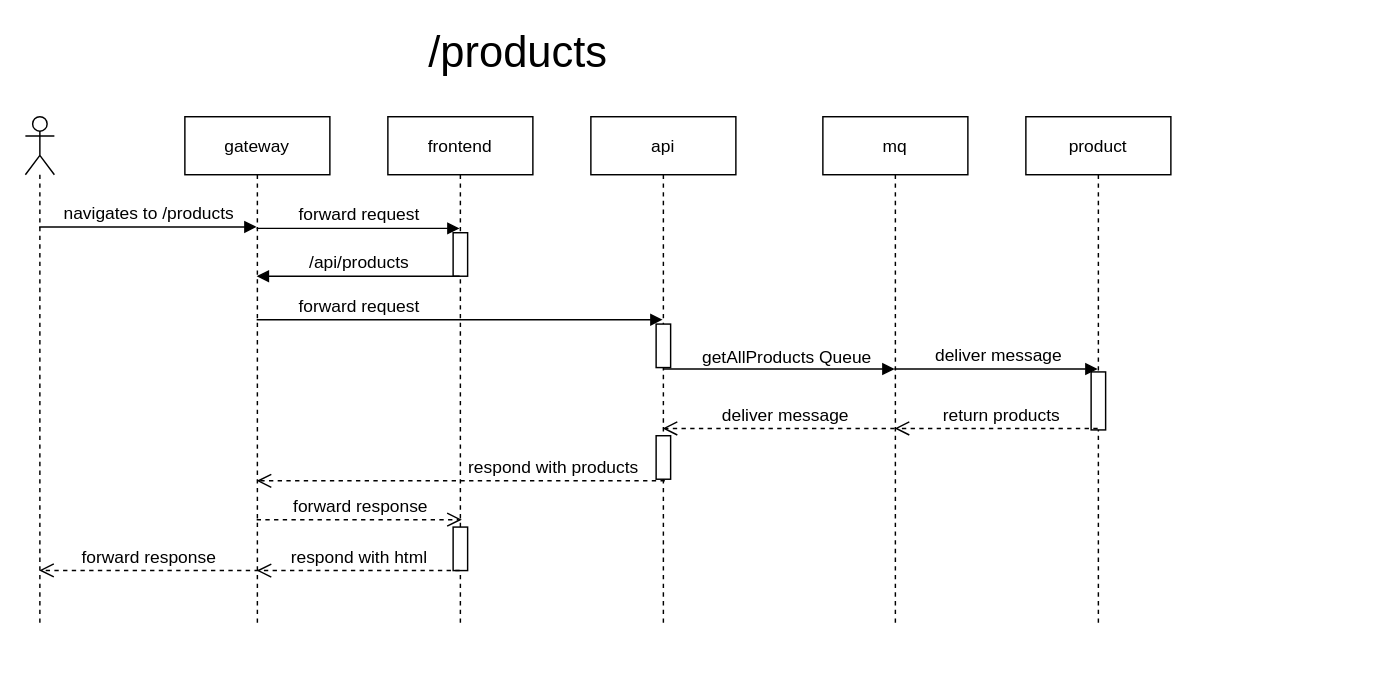
htw-kbe-jneidel/planning keeps this draw.io diagram as Sequence.drawio. Above is the earlier version. Source tidied: cells renumbered, new cells numbered last; positions are measured from the earlier drawing's top-left corner, leaving out a move shared by most shapes. Both pictures are drawn from the tidied source at 145%, with x=0, y=0 at pixel (25, 29).
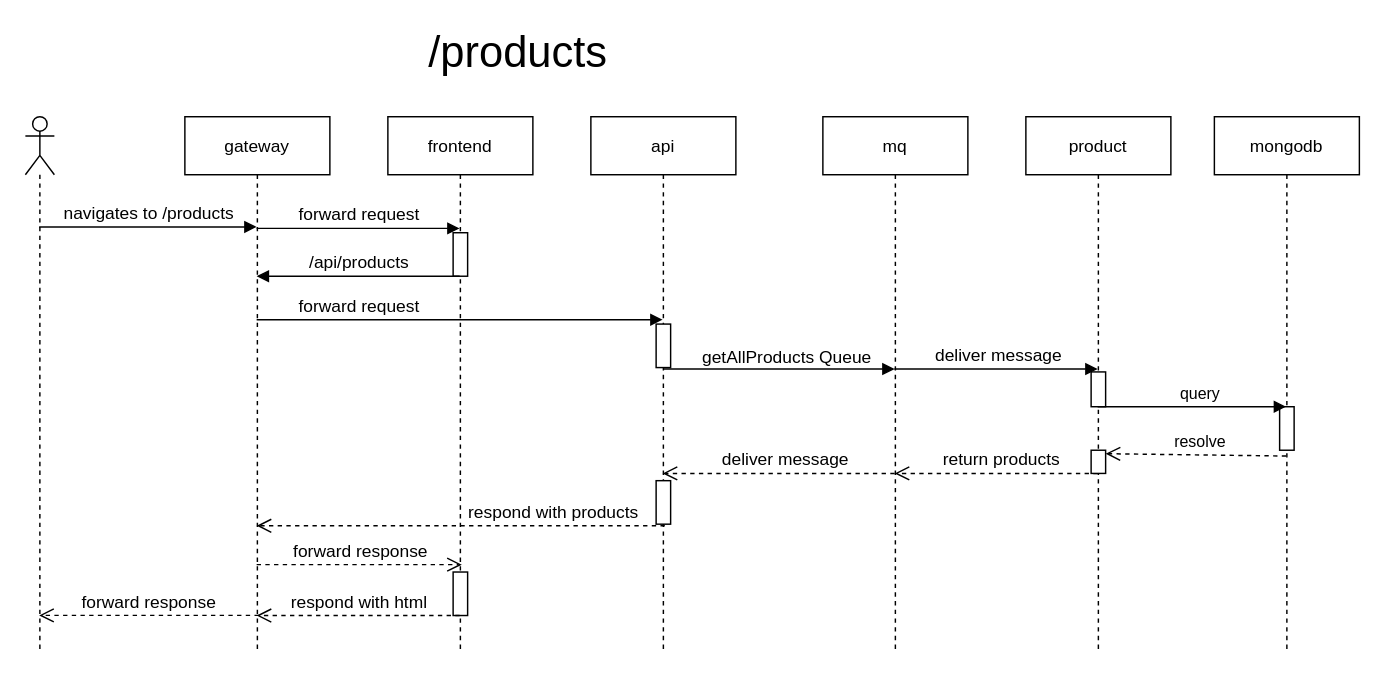
The same page after the edit.

Commit message:
Add missing db in sequence diagram

The edit, as a diff of the source:
```diff
@@
+    <mxCell id="20" value="return products" style="html=1;verticalAlign=bottom;endArrow=open;dashed=1;endSize=8;rounded=0;fontSize=12;" parent="1" edge="1">
+      <mxGeometry x="-0.05" relative="1" as="geometry">
+        <mxPoint x="739.5" y="306" as="sourcePoint" />
+        <mxPoint x="599.5" y="306" as="targetPoint" />
+      </mxGeometry>
+    </mxCell>
     <mxCell id="2" value="gateway" style="shape=umlLifeline;perimeter=lifelinePerimeter;rounded=0;shadow=0;strokeWidth=1;" parent="1" vertex="1">
-      <mxGeometry x="110" y="60" width="100" height="350" as="geometry" />
+      <mxGeometry x="110" y="60" width="100" height="370" as="geometry" />
     </mxCell>
     <mxCell id="3" style="shape=umlLifeline;participant=umlActor;perimeter=lifelinePerimeter;whiteSpace=wrap;html=1;verticalAlign=top;spacingTop=36;" parent="1" vertex="1">
-      <mxGeometry y="60" width="20" height="350" as="geometry" />
+      <mxGeometry y="60" width="20" height="370" as="geometry" />
     </mxCell>
@@
     <mxCell id="5" value="frontend" style="shape=umlLifeline;perimeter=lifelinePerimeter;rounded=0;shadow=0;strokeWidth=1;" parent="1" vertex="1">
-      <mxGeometry x="250" y="60" width="100" height="350" as="geometry" />
+      <mxGeometry x="250" y="60" width="100" height="370" as="geometry" />
     </mxCell>
     <mxCell id="6" style="html=1;perimeter=orthogonalPerimeter;fontSize=12;" parent="5" vertex="1">
-      <mxGeometry x="45" y="283" width="10" height="30" as="geometry" />
+      <mxGeometry x="45" y="314" width="10" height="30" as="geometry" />
     </mxCell>
@@
     <mxCell id="10" value="api" style="shape=umlLifeline;perimeter=lifelinePerimeter;rounded=0;shadow=0;strokeWidth=1;" parent="1" vertex="1">
-      <mxGeometry x="390" y="60" width="100" height="350" as="geometry" />
+      <mxGeometry x="390" y="60" width="100" height="370" as="geometry" />
     </mxCell>
@@
     <mxCell id="12" style="html=1;perimeter=orthogonalPerimeter;fontSize=30;" parent="10" vertex="1">
-      <mxGeometry x="45" y="220" width="10" height="30" as="geometry" />
+      <mxGeometry x="45" y="251" width="10" height="30" as="geometry" />
     </mxCell>
@@
     <mxCell id="15" value="mq" style="shape=umlLifeline;perimeter=lifelinePerimeter;rounded=0;shadow=0;strokeWidth=1;" parent="1" vertex="1">
-      <mxGeometry x="550" y="60" width="100" height="350" as="geometry" />
+      <mxGeometry x="550" y="60" width="100" height="370" as="geometry" />
     </mxCell>
@@
     <mxCell id="17" value="product" style="shape=umlLifeline;perimeter=lifelinePerimeter;rounded=0;shadow=0;strokeWidth=1;" parent="1" vertex="1">
-      <mxGeometry x="690" y="60" width="100" height="350" as="geometry" />
+      <mxGeometry x="690" y="60" width="100" height="370" as="geometry" />
     </mxCell>
     <mxCell id="18" style="html=1;perimeter=orthogonalPerimeter;fontSize=12;" parent="17" vertex="1">
-      <mxGeometry x="45" y="176" width="10" height="40" as="geometry" />
+      <mxGeometry x="45" y="176" width="10" height="24" as="geometry" />
     </mxCell>
+    <mxCell id="26" style="html=1;points=[];perimeter=orthogonalPerimeter;fontSize=12;" parent="17" vertex="1">
+      <mxGeometry x="45" y="230" width="10" height="16" as="geometry" />
+    </mxCell>
@@
-    <mxCell id="20" value="return products" style="html=1;verticalAlign=bottom;endArrow=open;dashed=1;endSize=8;rounded=0;fontSize=12;" parent="1" edge="1">
-      <mxGeometry x="-0.05" relative="1" as="geometry">
-        <mxPoint x="739.5" y="275" as="sourcePoint" />
-        <mxPoint x="599.5" y="275" as="targetPoint" />
-      </mxGeometry>
-    </mxCell>
     <mxCell id="21" value="deliver message" style="html=1;verticalAlign=bottom;endArrow=open;dashed=1;endSize=8;rounded=0;fontSize=12;" parent="1" edge="1">
       <mxGeometry x="-0.05" relative="1" as="geometry">
-        <mxPoint x="599.5" y="275" as="sourcePoint" />
-        <mxPoint x="439.5" y="275" as="targetPoint" />
+        <mxPoint x="599.5" y="306" as="sourcePoint" />
+        <mxPoint x="439.5" y="306" as="targetPoint" />
         <Array as="points">
-          <mxPoint x="500" y="275" />
+          <mxPoint x="500" y="306" />
         </Array>
       </mxGeometry>
     </mxCell>
     <mxCell id="22" value="respond with products" style="html=1;verticalAlign=bottom;endArrow=open;dashed=1;endSize=8;rounded=0;fontSize=12;exitX=0.51;exitY=0.627;exitDx=0;exitDy=0;exitPerimeter=0;" parent="1" edge="1">
       <mxGeometry x="-0.45" relative="1" as="geometry">
-        <mxPoint x="441" y="311.1" as="sourcePoint" />
-        <mxPoint x="159.5" y="311.1" as="targetPoint" />
+        <mxPoint x="441" y="342.1" as="sourcePoint" />
+        <mxPoint x="159.5" y="342.1" as="targetPoint" />
       </mxGeometry>
     </mxCell>
     <mxCell id="23" value="forward response" style="html=1;verticalAlign=bottom;endArrow=open;dashed=1;endSize=8;rounded=0;fontSize=12;entryX=0.51;entryY=0.613;entryDx=0;entryDy=0;entryPerimeter=0;" parent="1" edge="1">
       <mxGeometry relative="1" as="geometry">
-        <mxPoint x="159.5" y="337.9" as="sourcePoint" />
-        <mxPoint x="301" y="337.9" as="targetPoint" />
+        <mxPoint x="159.5" y="368.9" as="sourcePoint" />
+        <mxPoint x="301" y="368.9" as="targetPoint" />
       </mxGeometry>
     </mxCell>
     <mxCell id="24" value="respond with html" style="html=1;verticalAlign=bottom;endArrow=open;dashed=1;endSize=8;rounded=0;fontSize=12;" parent="1" edge="1">
       <mxGeometry relative="1" as="geometry">
-        <mxPoint x="299.5" y="373" as="sourcePoint" />
-        <mxPoint x="159.5" y="373" as="targetPoint" />
+        <mxPoint x="299.5" y="404" as="sourcePoint" />
+        <mxPoint x="159.5" y="404" as="targetPoint" />
         <Array as="points">
-          <mxPoint x="240" y="373" />
+          <mxPoint x="240" y="404" />
         </Array>
       </mxGeometry>
     </mxCell>
     <mxCell id="25" value="forward response" style="html=1;verticalAlign=bottom;endArrow=open;dashed=1;endSize=8;rounded=0;fontSize=12;exitX=0.51;exitY=0.813;exitDx=0;exitDy=0;exitPerimeter=0;" parent="1" edge="1">
       <mxGeometry relative="1" as="geometry">
-        <mxPoint x="161" y="372.9" as="sourcePoint" />
-        <mxPoint x="9.5" y="372.9" as="targetPoint" />
+        <mxPoint x="161" y="403.9" as="sourcePoint" />
+        <mxPoint x="9.5" y="403.9" as="targetPoint" />
       </mxGeometry>
     </mxCell>
+    <mxCell id="27" value="mongodb" style="shape=umlLifeline;perimeter=lifelinePerimeter;rounded=0;shadow=0;strokeWidth=1;" parent="1" vertex="1">
+      <mxGeometry x="820" y="60" width="100" height="370" as="geometry" />
+    </mxCell>
+    <mxCell id="28" style="html=1;perimeter=orthogonalPerimeter;fontSize=12;" parent="27" vertex="1">
+      <mxGeometry x="45" y="200" width="10" height="30" as="geometry" />
+    </mxCell>
+    <mxCell id="29" value="resolve" style="html=1;verticalAlign=bottom;endArrow=open;dashed=1;endSize=8;rounded=0;entryX=1;entryY=0.15;entryDx=0;entryDy=0;entryPerimeter=0;" parent="1" edge="1" target="26">
+      <mxGeometry x="-0.04" relative="1" as="geometry">
+        <mxPoint x="869.5" y="294" as="sourcePoint" />
+      </mxGeometry>
+    </mxCell>
+    <mxCell id="30" value="query" style="html=1;verticalAlign=bottom;endArrow=block;rounded=0;" parent="1" edge="1" source="17" target="27">
+      <mxGeometry x="0.08" relative="1" as="geometry">
+        <Array as="points">
+          <mxPoint x="780" y="260" />
+          <mxPoint x="840" y="260" />
+        </Array>
+      </mxGeometry>
+    </mxCell>
```
